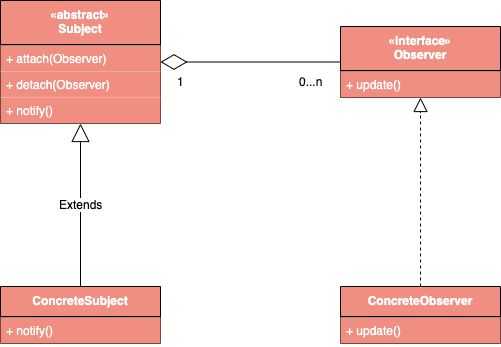
Above: docs/drawio/Observer.png in CodePoem/VDesignPatterns (draw.io), before the change. Source tidied: cells renumbered, new cells last; positions are measured from the earlier drawing's top-left corner, leaving out a move shared by most shapes. The source it was exported from:
```xml
<mxGraphModel>
  <root>
    <mxCell id="0" />
    <mxCell id="1" parent="0" />
    <mxCell id="2" value="«interface»&#10;Observer" style="swimlane;fontStyle=1;align=center;verticalAlign=top;horizontal=1;startSize=44;fillColor=#F08E81;fontColor=#FFFFFF;" parent="1" vertex="1">
      <mxGeometry x="340" y="26" width="160" height="71" as="geometry" />
    </mxCell>
    <mxCell id="3" style="line;strokeWidth=1;fillColor=#F08E81;align=left;verticalAlign=middle;spacingTop=-1;spacingLeft=3;spacingRight=3;labelPosition=right;fontColor=#FFFFFF;" parent="2" vertex="1">
      <mxGeometry y="44" width="160" height="1" as="geometry" />
    </mxCell>
    <mxCell id="4" value="+ update()" style="text;strokeColor=none;fillColor=#F08E81;align=left;verticalAlign=top;spacingLeft=4;spacingRight=4;overflow=hidden;fontColor=#FFFFFF;" parent="2" vertex="1">
      <mxGeometry y="45" width="160" height="26" as="geometry" />
    </mxCell>
    <mxCell id="5" value="«abstract»&#10;Subject" style="swimlane;fontStyle=1;align=center;verticalAlign=top;horizontal=1;startSize=44;fillColor=#F08E81;fontColor=#FFFFFF;" parent="1" vertex="1">
      <mxGeometry width="160" height="123" as="geometry" />
    </mxCell>
    <mxCell id="6" style="line;strokeWidth=1;fillColor=#F08E81;align=left;verticalAlign=middle;spacingTop=-1;spacingLeft=3;spacingRight=3;labelPosition=right;fontColor=#FFFFFF;" parent="5" vertex="1">
      <mxGeometry y="44" width="160" height="1" as="geometry" />
    </mxCell>
    <mxCell id="7" value="+ attach(Observer)" style="text;strokeColor=none;fillColor=#F08E81;align=left;verticalAlign=top;spacingLeft=4;spacingRight=4;overflow=hidden;fontColor=#FFFFFF;" parent="5" vertex="1">
      <mxGeometry y="45" width="160" height="26" as="geometry" />
    </mxCell>
    <mxCell id="8" value="+ detach(Observer)" style="text;strokeColor=none;fillColor=#F08E81;align=left;verticalAlign=top;spacingLeft=4;spacingRight=4;overflow=hidden;fontColor=#FFFFFF;" parent="5" vertex="1">
      <mxGeometry y="71" width="160" height="26" as="geometry" />
    </mxCell>
    <mxCell id="9" value="+ notify()" style="text;strokeColor=none;fillColor=#F08E81;align=left;verticalAlign=top;spacingLeft=4;spacingRight=4;overflow=hidden;fontColor=#FFFFFF;" parent="5" vertex="1">
      <mxGeometry y="97" width="160" height="26" as="geometry" />
    </mxCell>
    <mxCell id="10" value="ConcreteSubject" style="swimlane;fontStyle=1;align=center;verticalAlign=top;horizontal=1;startSize=30;fillColor=#F08E81;fontColor=#FFFFFF;" parent="1" vertex="1">
      <mxGeometry y="286" width="160" height="57" as="geometry" />
    </mxCell>
    <mxCell id="11" style="line;strokeWidth=1;fillColor=#F08E81;align=left;verticalAlign=middle;spacingTop=-1;spacingLeft=3;spacingRight=3;labelPosition=right;fontColor=#FFFFFF;" parent="10" vertex="1">
      <mxGeometry y="30" width="160" height="1" as="geometry" />
    </mxCell>
    <mxCell id="12" value="+ notify()" style="text;strokeColor=none;fillColor=#F08E81;align=left;verticalAlign=top;spacingLeft=4;spacingRight=4;overflow=hidden;fontColor=#FFFFFF;" parent="10" vertex="1">
      <mxGeometry y="31" width="160" height="26" as="geometry" />
    </mxCell>
    <mxCell id="13" value="ConcreteObserver" style="swimlane;fontStyle=1;align=center;verticalAlign=top;horizontal=1;startSize=30;fillColor=#F08E81;fontColor=#FFFFFF;" parent="1" vertex="1">
      <mxGeometry x="340" y="286" width="160" height="57" as="geometry" />
    </mxCell>
    <mxCell id="14" style="line;strokeWidth=1;fillColor=#F08E81;align=left;verticalAlign=middle;spacingTop=-1;spacingLeft=3;spacingRight=3;labelPosition=right;fontColor=#FFFFFF;" parent="13" vertex="1">
      <mxGeometry y="30" width="160" height="1" as="geometry" />
    </mxCell>
    <mxCell id="15" value="+ update()" style="text;strokeColor=none;fillColor=#F08E81;align=left;verticalAlign=top;spacingLeft=4;spacingRight=4;overflow=hidden;fontColor=#FFFFFF;" parent="13" vertex="1">
      <mxGeometry y="31" width="160" height="26" as="geometry" />
    </mxCell>
    <mxCell id="16" style="endArrow=block;dashed=1;endFill=0;endSize=12;html=1;fontColor=#FFFFFF;entryX=0.5;entryY=1;entryDx=0;entryDy=0;exitX=0.5;exitY=0;exitDx=0;exitDy=0;" parent="1" edge="1" source="13" target="2">
      <mxGeometry relative="1" as="geometry" />
    </mxCell>
    <mxCell id="17" value="Extends" style="endArrow=block;endSize=16;endFill=0;html=1;fontColor=#000000;entryX=0.5;entryY=1;entryDx=0;entryDy=0;exitX=0.5;exitY=0;exitDx=0;exitDy=0;" parent="1" edge="1" source="10" target="5">
      <mxGeometry relative="1" as="geometry" />
    </mxCell>
    <mxCell id="18" style="endArrow=diamondThin;endFill=0;endSize=24;html=1;fontColor=#000000;entryX=1;entryY=0.5;entryDx=0;entryDy=0;exitX=0;exitY=0.5;exitDx=0;exitDy=0;" parent="1" edge="1" source="2" target="5">
      <mxGeometry relative="1" as="geometry" />
    </mxCell>
    <mxCell id="19" value="1" style="text;html=1;align=center;verticalAlign=middle;fontColor=#000000;" parent="1" vertex="1">
      <mxGeometry x="170" y="71" width="20" height="20" as="geometry" />
    </mxCell>
    <mxCell id="20" value="0...n" style="text;html=1;align=center;verticalAlign=middle;fontColor=#000000;" parent="1" vertex="1">
      <mxGeometry x="290" y="71" width="40" height="20" as="geometry" />
    </mxCell>
  </root>
</mxGraphModel>
```
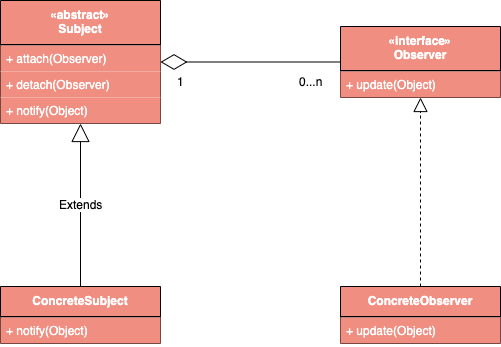
After the commit.

The edit, as a diff of the source:
```diff
@@ -8,7 +8,7 @@
     <mxCell id="3" style="line;strokeWidth=1;fillColor=#F08E81;align=left;verticalAlign=middle;spacingTop=-1;spacingLeft=3;spacingRight=3;labelPosition=right;fontColor=#FFFFFF;" parent="2" vertex="1">
       <mxGeometry y="44" width="160" height="1" as="geometry" />
     </mxCell>
-    <mxCell id="4" value="+ update()" style="text;strokeColor=none;fillColor=#F08E81;align=left;verticalAlign=top;spacingLeft=4;spacingRight=4;overflow=hidden;fontColor=#FFFFFF;" parent="2" vertex="1">
+    <mxCell id="4" value="+ update(Object)" style="text;strokeColor=none;fillColor=#F08E81;align=left;verticalAlign=top;spacingLeft=4;spacingRight=4;overflow=hidden;fontColor=#FFFFFF;" parent="2" vertex="1">
       <mxGeometry y="45" width="160" height="26" as="geometry" />
     </mxCell>
     <mxCell id="5" value="«abstract»&#10;Subject" style="swimlane;fontStyle=1;align=center;verticalAlign=top;horizontal=1;startSize=44;fillColor=#F08E81;fontColor=#FFFFFF;" parent="1" vertex="1">
@@ -23,7 +23,7 @@
     <mxCell id="8" value="+ detach(Observer)" style="text;strokeColor=none;fillColor=#F08E81;align=left;verticalAlign=top;spacingLeft=4;spacingRight=4;overflow=hidden;fontColor=#FFFFFF;" parent="5" vertex="1">
       <mxGeometry y="71" width="160" height="26" as="geometry" />
     </mxCell>
-    <mxCell id="9" value="+ notify()" style="text;strokeColor=none;fillColor=#F08E81;align=left;verticalAlign=top;spacingLeft=4;spacingRight=4;overflow=hidden;fontColor=#FFFFFF;" parent="5" vertex="1">
+    <mxCell id="9" value="+ notify(Object)" style="text;strokeColor=none;fillColor=#F08E81;align=left;verticalAlign=top;spacingLeft=4;spacingRight=4;overflow=hidden;fontColor=#FFFFFF;" parent="5" vertex="1">
       <mxGeometry y="97" width="160" height="26" as="geometry" />
     </mxCell>
     <mxCell id="10" value="ConcreteSubject" style="swimlane;fontStyle=1;align=center;verticalAlign=top;horizontal=1;startSize=30;fillColor=#F08E81;fontColor=#FFFFFF;" parent="1" vertex="1">
@@ -32,7 +32,7 @@
     <mxCell id="11" style="line;strokeWidth=1;fillColor=#F08E81;align=left;verticalAlign=middle;spacingTop=-1;spacingLeft=3;spacingRight=3;labelPosition=right;fontColor=#FFFFFF;" parent="10" vertex="1">
       <mxGeometry y="30" width="160" height="1" as="geometry" />
     </mxCell>
-    <mxCell id="12" value="+ notify()" style="text;strokeColor=none;fillColor=#F08E81;align=left;verticalAlign=top;spacingLeft=4;spacingRight=4;overflow=hidden;fontColor=#FFFFFF;" parent="10" vertex="1">
+    <mxCell id="12" value="+ notify(Object)" style="text;strokeColor=none;fillColor=#F08E81;align=left;verticalAlign=top;spacingLeft=4;spacingRight=4;overflow=hidden;fontColor=#FFFFFF;" parent="10" vertex="1">
       <mxGeometry y="31" width="160" height="26" as="geometry" />
     </mxCell>
     <mxCell id="13" value="ConcreteObserver" style="swimlane;fontStyle=1;align=center;verticalAlign=top;horizontal=1;startSize=30;fillColor=#F08E81;fontColor=#FFFFFF;" parent="1" vertex="1">
@@ -41,7 +41,7 @@
     <mxCell id="14" style="line;strokeWidth=1;fillColor=#F08E81;align=left;verticalAlign=middle;spacingTop=-1;spacingLeft=3;spacingRight=3;labelPosition=right;fontColor=#FFFFFF;" parent="13" vertex="1">
       <mxGeometry y="30" width="160" height="1" as="geometry" />
     </mxCell>
-    <mxCell id="15" value="+ update()" style="text;strokeColor=none;fillColor=#F08E81;align=left;verticalAlign=top;spacingLeft=4;spacingRight=4;overflow=hidden;fontColor=#FFFFFF;" parent="13" vertex="1">
+    <mxCell id="15" value="+ update(Object)" style="text;strokeColor=none;fillColor=#F08E81;align=left;verticalAlign=top;spacingLeft=4;spacingRight=4;overflow=hidden;fontColor=#FFFFFF;" parent="13" vertex="1">
       <mxGeometry y="31" width="160" height="26" as="geometry" />
     </mxCell>
     <mxCell id="16" style="endArrow=block;dashed=1;endFill=0;endSize=12;html=1;fontColor=#FFFFFF;entryX=0.5;entryY=1;entryDx=0;entryDy=0;exitX=0.5;exitY=0;exitDx=0;exitDy=0;" parent="1" edge="1" source="13" target="2">
```
